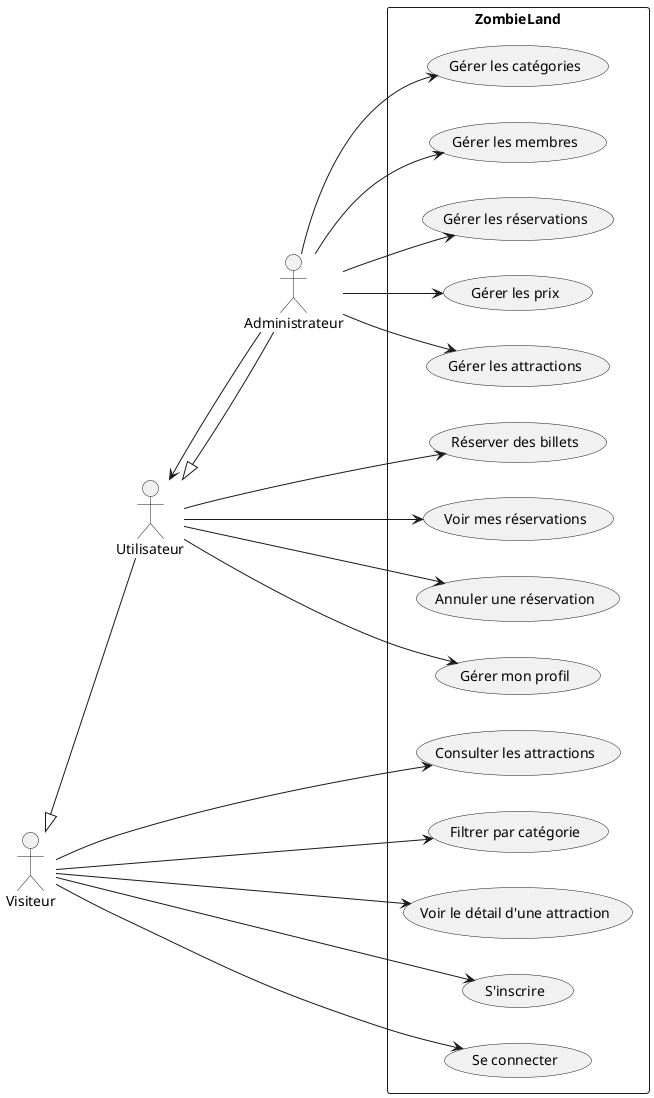
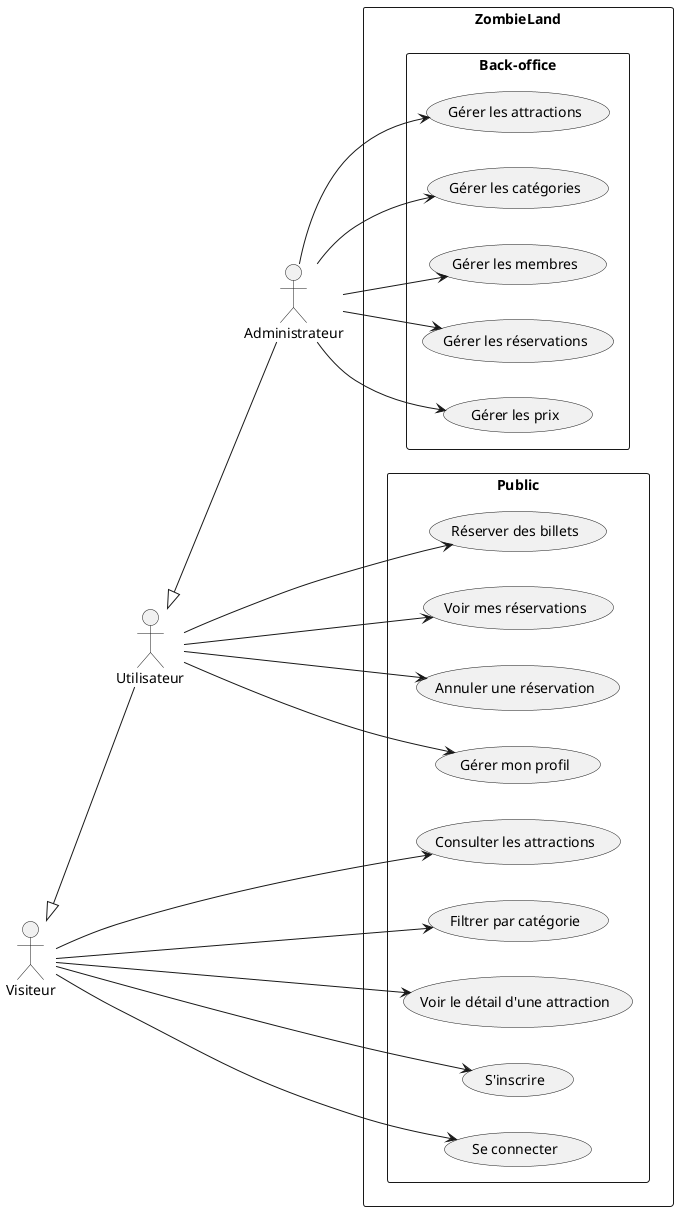
@startuml use_cases_zombieland

left to right direction

actor "Visiteur" as visitor
actor "Utilisateur" as user
actor "Administrateur" as admin

visitor <|-- user
user <|-- admin

+ 
+ 
rectangle ZombieLand {
+ rectangle "Back-office"{
+   usecase "Gérer les attractions" as UC10
+   usecase "Gérer les catégories" as UC11
+   usecase "Gérer les membres" as UC12
+   usecase "Gérer les réservations" as UC13
+   usecase "Gérer les prix" as UC14
+ }
+ 
+ rectangle "Public"{
  usecase "Consulter les attractions" as UC1
  usecase "Filtrer par catégorie" as UC2
  usecase "Voir le détail d'une attraction" as UC3
  usecase "S'inscrire" as UC4
  usecase "Se connecter" as UC5
  usecase "Réserver des billets" as UC6
  usecase "Voir mes réservations" as UC7
  usecase "Annuler une réservation" as UC8
  usecase "Gérer mon profil" as UC9
-   usecase "Gérer les attractions" as UC10
-   usecase "Gérer les catégories" as UC11
-   usecase "Gérer les membres" as UC12
-   usecase "Gérer les réservations" as UC13
-   usecase "Gérer les prix" as UC14
+ }
+ 
}

visitor --> UC1
visitor --> UC2
visitor --> UC3
visitor --> UC4
visitor --> UC5


user --> UC6
user --> UC7
user --> UC8
user --> UC9

- admin --> user

admin --> UC10
admin --> UC11
admin --> UC12
admin --> UC13
admin --> UC14




@enduml